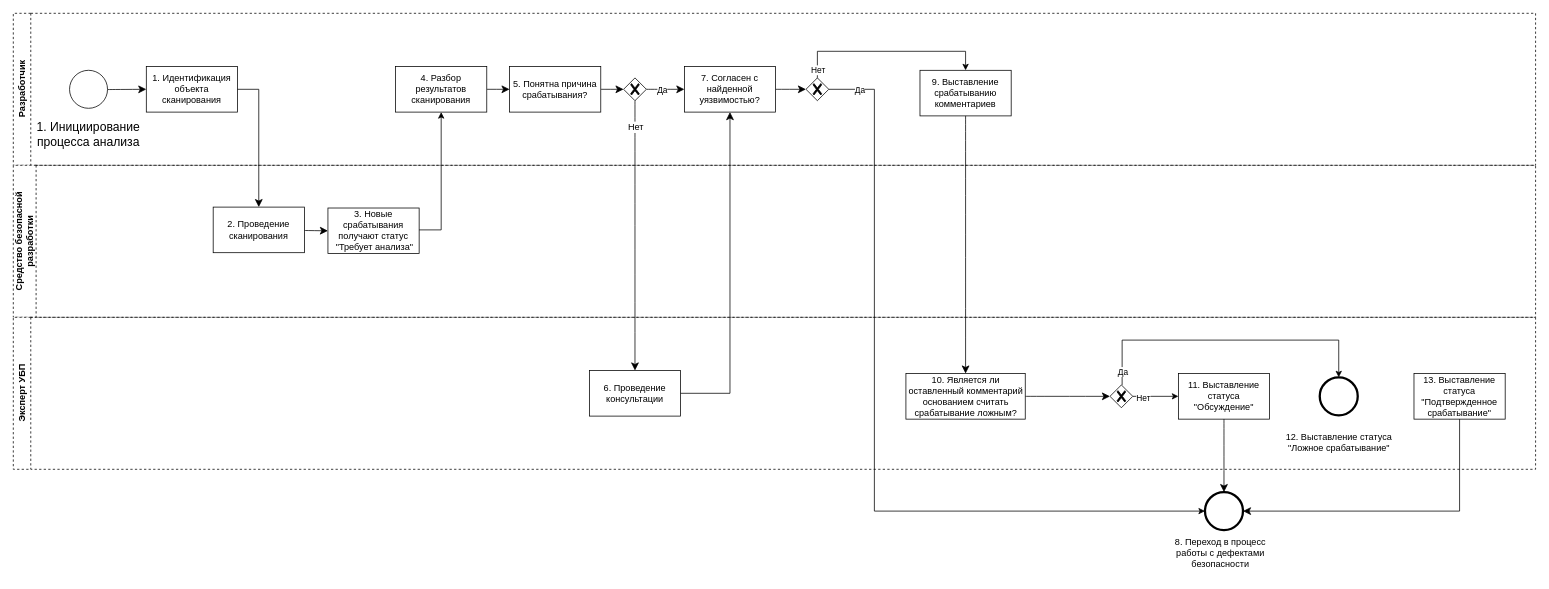
Earlier version of the draw.io diagram page "Анализ" (2 of 4) of Alfa.drawio (GoluzinaD/Python). Source tidied: cells renumbered, new cells numbered last; positions are measured from the earlier drawing's top-left corner, leaving out a move shared by most shapes. Both pictures are drawn from the tidied source at 76%, with x=0, y=0 at pixel (13, 13).
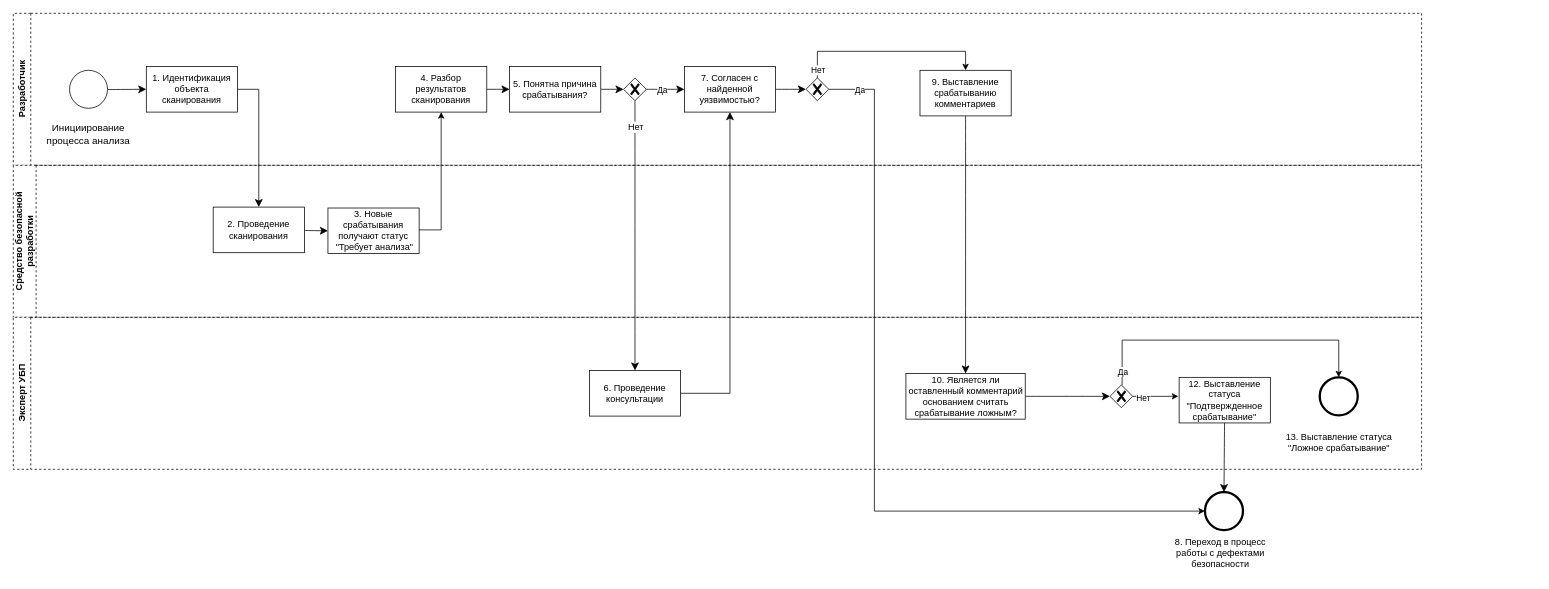
The same diagram, later.

Unchanged cells that the change refers to:
```xml
<mxCell id="31" style="points=[[0.25,0.25,0],[0.5,0,0],[0.75,0.25,0],[1,0.5,0],[0.75,0.75,0],[0.5,1,0],[0.25,0.75,0],[0,0.5,0]];shape=mxgraph.bpmn.gateway2;html=1;verticalLabelPosition=bottom;labelBackgroundColor=#ffffff;verticalAlign=top;align=center;perimeter=rhombusPerimeter;outlineConnect=0;outline=none;symbol=none;gwType=exclusive;" parent="25" vertex="1">
  <mxGeometry x="1443" y="89" width="30" height="30" as="geometry" />
</mxCell>
<mxCell id="44" style="points=[[0.145,0.145,0],[0.5,0,0],[0.855,0.145,0],[1,0.5,0],[0.855,0.855,0],[0.5,1,0],[0.145,0.855,0],[0,0.5,0]];shape=mxgraph.bpmn.event;html=1;verticalLabelPosition=bottom;labelBackgroundColor=#ffffff;verticalAlign=top;align=center;perimeter=ellipsePerimeter;outlineConnect=0;outline=end;symbol=terminate2;fontSize=16;" parent="1" vertex="1">
  <mxGeometry x="1568" y="630" width="50" height="50" as="geometry" />
</mxCell>
```

The edit, as a diff of the source:
```diff
@@
     <mxCell id="3" value="Разработчик" style="swimlane;horizontal=0;whiteSpace=wrap;html=1;dashed=1;" parent="1" vertex="1">
-      <mxGeometry width="2003" height="200" as="geometry" />
+      <mxGeometry width="1853" height="200" as="geometry" />
     </mxCell>
@@
-    <mxCell id="15" value="1. Инициирование процесса анализа" style="text;html=1;strokeColor=none;fillColor=none;align=center;verticalAlign=middle;whiteSpace=wrap;rounded=0;fontSize=16;" parent="3" vertex="1">
+    <mxCell id="15" value="Инициирование процесса анализа" style="text;html=1;strokeColor=none;fillColor=none;align=center;verticalAlign=middle;whiteSpace=wrap;rounded=0;fontSize=13;" parent="3" vertex="1">
       <mxGeometry x="23" y="144" width="152" height="30" as="geometry" />
     </mxCell>
@@
     <mxCell id="21" value="Средство безопасной разработки" style="swimlane;horizontal=0;whiteSpace=wrap;html=1;startSize=30;dashed=1;" parent="1" vertex="1">
-      <mxGeometry y="200" width="2003" height="200" as="geometry" />
+      <mxGeometry y="200" width="1853" height="200" as="geometry" />
     </mxCell>
@@
     <mxCell id="25" value="Эксперт УБП" style="swimlane;horizontal=0;whiteSpace=wrap;html=1;dashed=1;" parent="1" vertex="1">
-      <mxGeometry y="400" width="2003" height="200" as="geometry" />
+      <mxGeometry y="400" width="1853" height="200" as="geometry" />
     </mxCell>
@@
-    <mxCell id="27" style="edgeStyle=orthogonalEdgeStyle;rounded=0;jettySize=auto;html=1;entryX=0;entryY=0.5;entryDx=0;entryDy=0;" parent="25" edge="1" source="31" target="32">
+    <mxCell id="27" style="edgeStyle=orthogonalEdgeStyle;rounded=0;jettySize=auto;html=1;entryX=0;entryY=0.5;entryDx=0;entryDy=0;" parent="25" edge="1" source="31">
       <mxGeometry relative="1" as="geometry">
+        <mxPoint x="1533" y="104" as="targetPoint" />
         <Array as="points">
           <mxPoint x="1493" y="104" />
           <mxPoint x="1493" y="104" />
         </Array>
       </mxGeometry>
     </mxCell>
@@
-    <mxCell id="32" value="11. Выставление статуса &quot;Обсуждение&quot;" style="rounded=0;whiteSpace=wrap;html=1;" parent="25" vertex="1">
-      <mxGeometry x="1533" y="74" width="120" height="60" as="geometry" />
-    </mxCell>
-    <mxCell id="33" value="13. Выставление статуса &quot;Подтвержденное срабатывание&quot;" style="rounded=0;whiteSpace=wrap;html=1;" parent="25" vertex="1">
-      <mxGeometry x="1843" y="74" width="120" height="60" as="geometry" />
+    <mxCell id="33" value="12. Выставление статуса &quot;Подтвержденное срабатывание&quot;" style="rounded=0;whiteSpace=wrap;html=1;" parent="25" vertex="1">
+      <mxGeometry x="1534" y="79" width="120" height="60" as="geometry" />
     </mxCell>
@@
-    <mxCell id="38" value="12. Выставление статуса &lt;br style=&quot;font-size: 12px;&quot;&gt;&quot;Ложное срабатывание&quot;" style="text;html=1;align=center;verticalAlign=middle;strokeColor=none;fillColor=none;fontSize=12;" parent="25" vertex="1">
+    <mxCell id="38" value="13. Выставление статуса &lt;br style=&quot;font-size: 12px;&quot;&gt;&quot;Ложное срабатывание&quot;" style="text;html=1;align=center;verticalAlign=middle;strokeColor=none;fillColor=none;fontSize=12;" parent="25" vertex="1">
       <mxGeometry x="1664" y="145" width="160" height="40" as="geometry" />
     </mxCell>
@@
-    <mxCell id="47" style="edgeStyle=orthogonalEdgeStyle;rounded=0;jettySize=auto;html=1;entryX=1;entryY=0.5;entryDx=0;entryDy=0;entryPerimeter=0;fontSize=12;startSize=8;endSize=8;" parent="1" edge="1" source="33" target="44">
-      <mxGeometry relative="1" as="geometry">
-        <Array as="points">
-          <mxPoint x="1903" y="655" />
-        </Array>
-      </mxGeometry>
-    </mxCell>
-    <mxCell id="48" style="edgeStyle=none;curved=1;rounded=0;jettySize=auto;html=1;entryX=0.5;entryY=0;entryDx=0;entryDy=0;entryPerimeter=0;fontSize=12;startSize=8;endSize=8;" parent="1" edge="1" source="32" target="44">
-      <mxGeometry relative="1" as="geometry" />
-    </mxCell>
@@
+    <mxCell id="47" style="edgeStyle=none;curved=1;rounded=0;jettySize=auto;html=1;entryX=0.5;entryY=0;entryDx=0;entryDy=0;entryPerimeter=0;fontSize=12;startSize=8;endSize=8;" parent="1" edge="1" source="33" target="44">
+      <mxGeometry relative="1" as="geometry" />
+    </mxCell>
```
